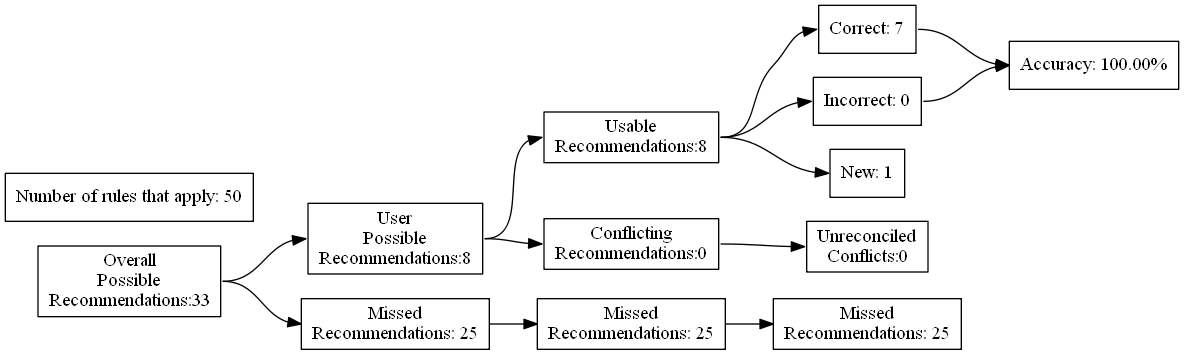
This is test_renders/11.gv.png from ZaxR/ibd_diet_analysis, a Graphviz export, as it was before one commit. Its source is kept beside it as test_renders/11.gv.
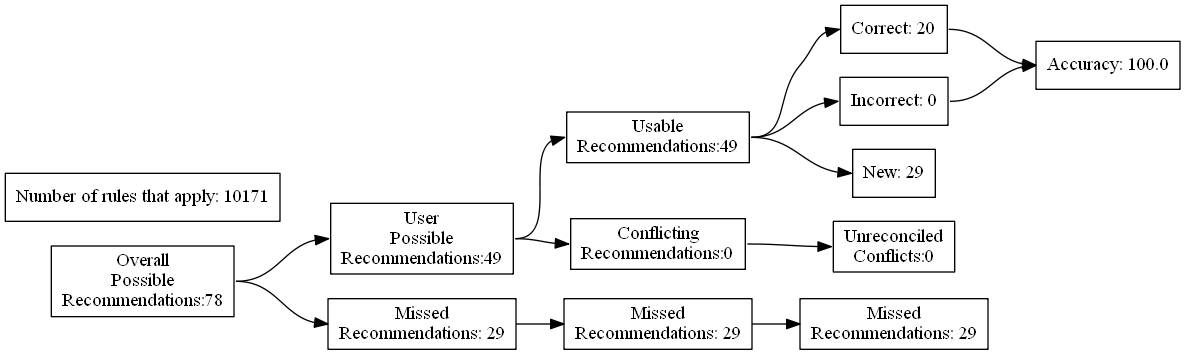
Later version of the same file.

Diff of the diagram source:
```diff
@@ -4,27 +4,27 @@
 	edge [headport=w tailport=e]
 		A [label="Overall
 Possible
-Recommendations:33"]
+Recommendations:78"]
 		B [label="User
 Possible
-Recommendations:8"]
+Recommendations:49"]
 		C [label="Missed
-Recommendations: 25"]
+Recommendations: 29"]
 		D [label="Usable
-Recommendations:8"]
+Recommendations:49"]
 		E [label="Conflicting
 Recommendations:0"]
 		J [label="Missed
-Recommendations: 25"]
+Recommendations: 29"]
 		M [label="Unreconciled
 Conflicts:0"]
-		F [label="Correct: 7"]
+		F [label="Correct: 20"]
 		G [label="Incorrect: 0"]
-		H [label="New: 1"]
+		H [label="New: 29"]
 		K [label="Missed
-Recommendations: 25"]
-		I [label="Accuracy: 100.00%"]
-		l [label="Number of rules that apply: 50"]
+Recommendations: 29"]
+		I [label="Accuracy: 100.0"]
+		l [label="Number of rules that apply: 10171"]
 			A -> B
 			A -> C
 			B -> D
```
